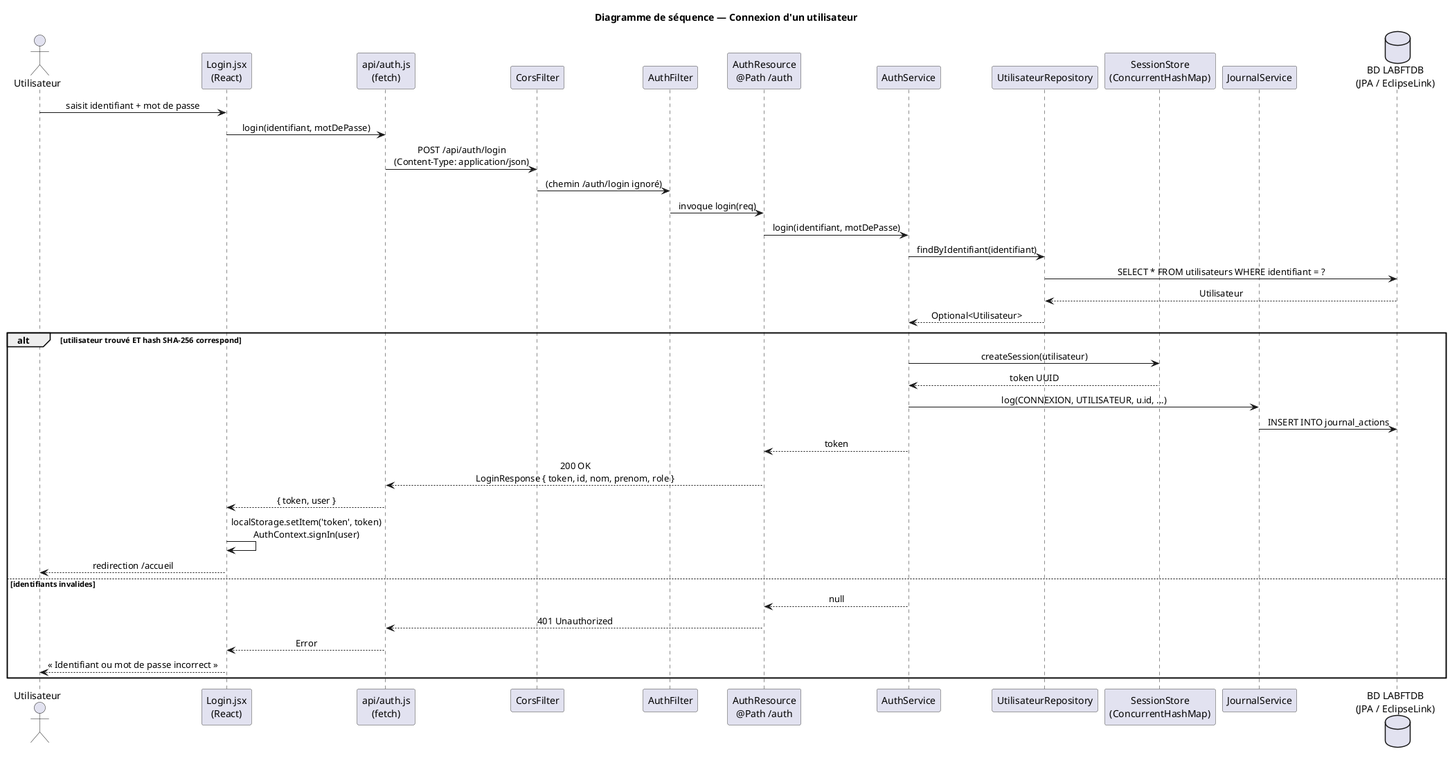
The PlantUML diagram docs/maquettes/uml_sequence_connexion.png in teamlamso/JOALAB, before a commit.
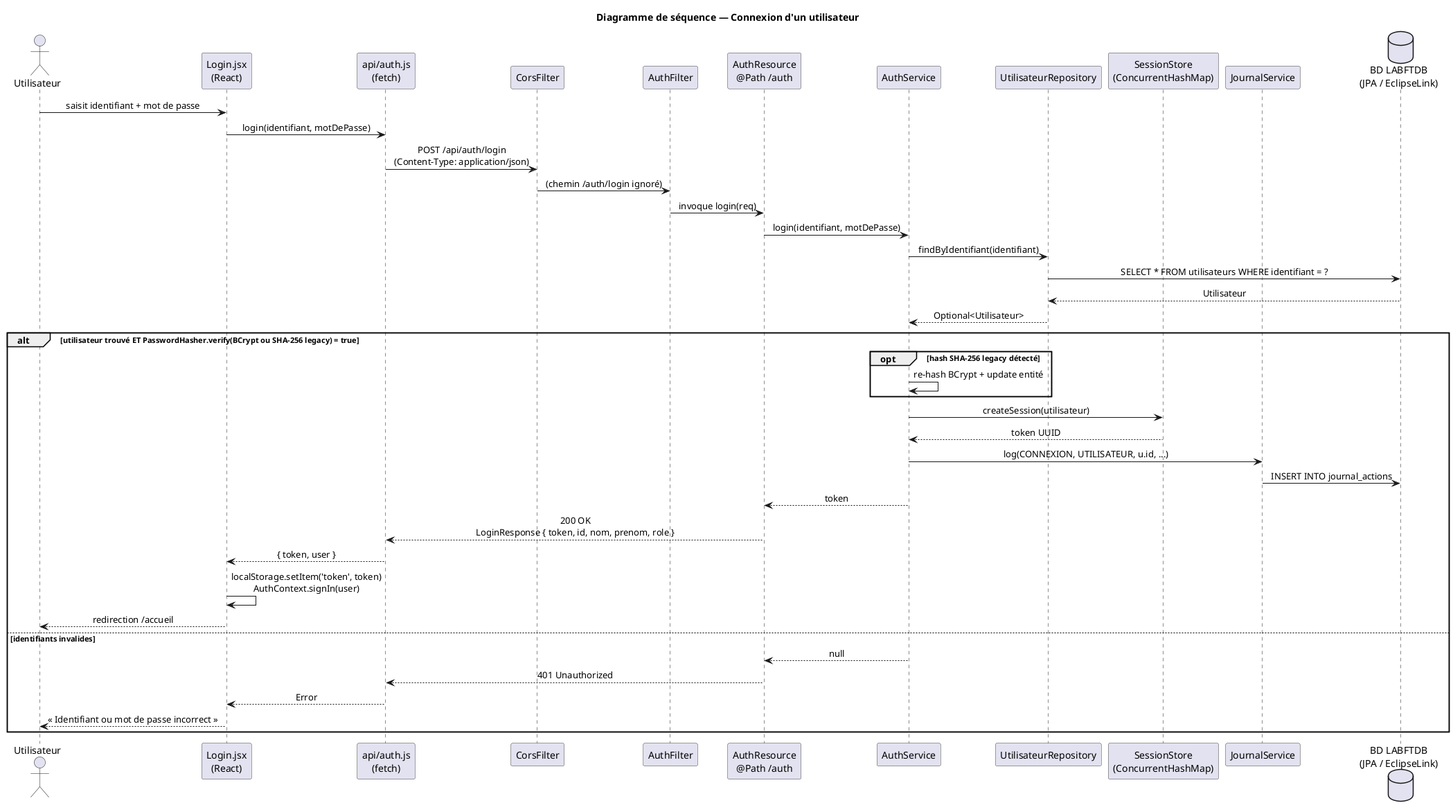
After the change.

Commit message:
feat: migre les mots de passe de SHA-256 vers BCrypt (cost 12) avec salt

The edit, as a diff of the source:
```diff
@@ -1,4 +1,5 @@
 @startuml uml_sequence_connexion
+!pragma layout smetana
 title Diagramme de séquence — Connexion d'un utilisateur
 
 skinparam shadowing false
@@ -30,7 +31,10 @@
 db --> repo : Utilisateur
 repo --> svc : Optional<Utilisateur>
 
-alt utilisateur trouvé ET hash SHA-256 correspond
+alt utilisateur trouvé ET PasswordHasher.verify(BCrypt ou SHA-256 legacy) = true
+    opt hash SHA-256 legacy détecté
+        svc -> svc : re-hash BCrypt + update entité
+    end
     svc -> session : createSession(utilisateur)
     session --> svc : token UUID
     svc -> journal : log(CONNEXION, UTILISATEUR, u.id, ...)
```
